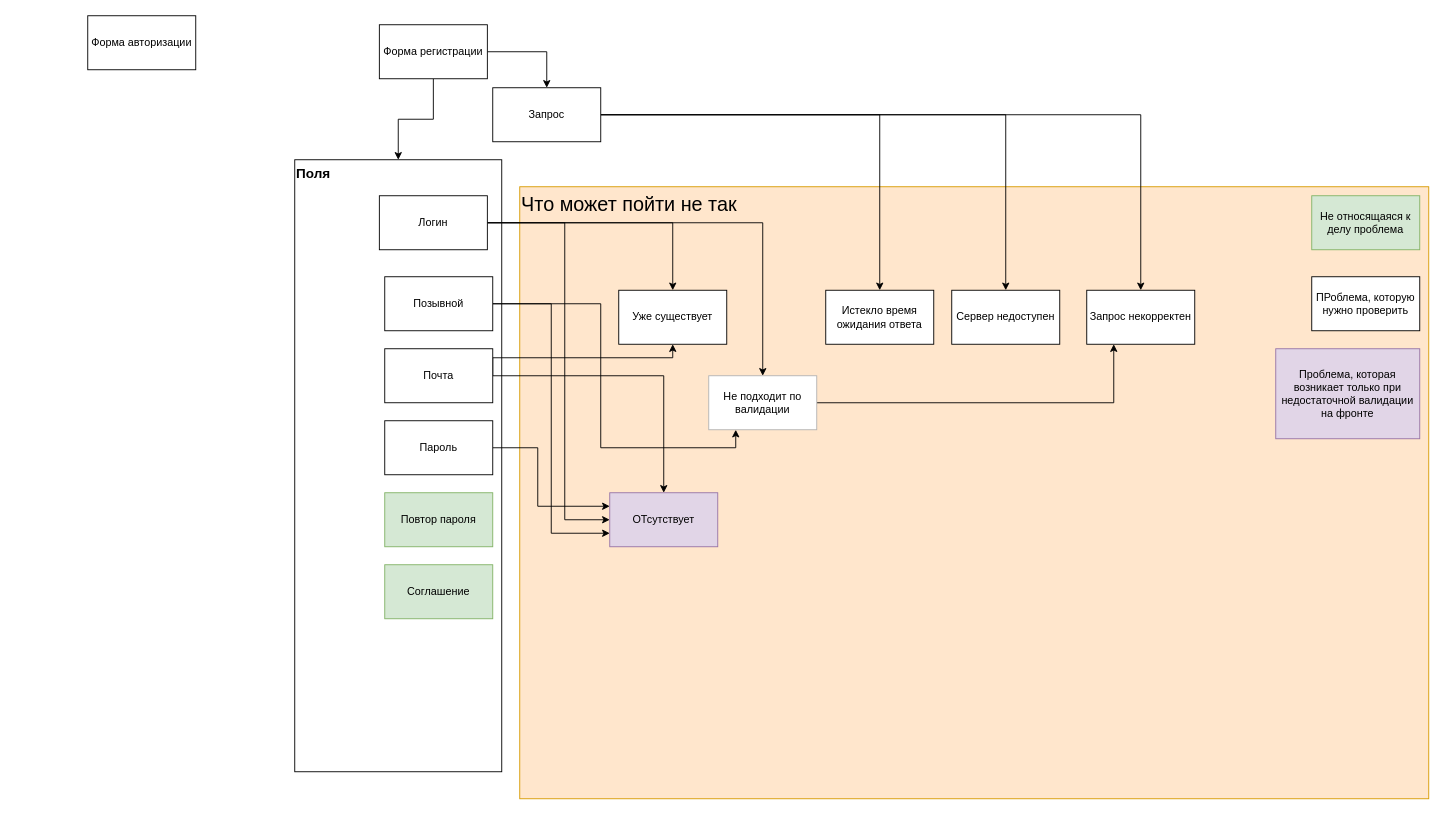
Above: Проверка панелей регистрации-авторизации.drawio in necoray/DrawIo (draw.io), before the change. Source tidied: cells renumbered, new cells numbered last; positions are measured from the earlier drawing's top-left corner, leaving out a move shared by most shapes. Both pictures are drawn from the tidied source at 90%, with x=0, y=0 at pixel (87, 15).
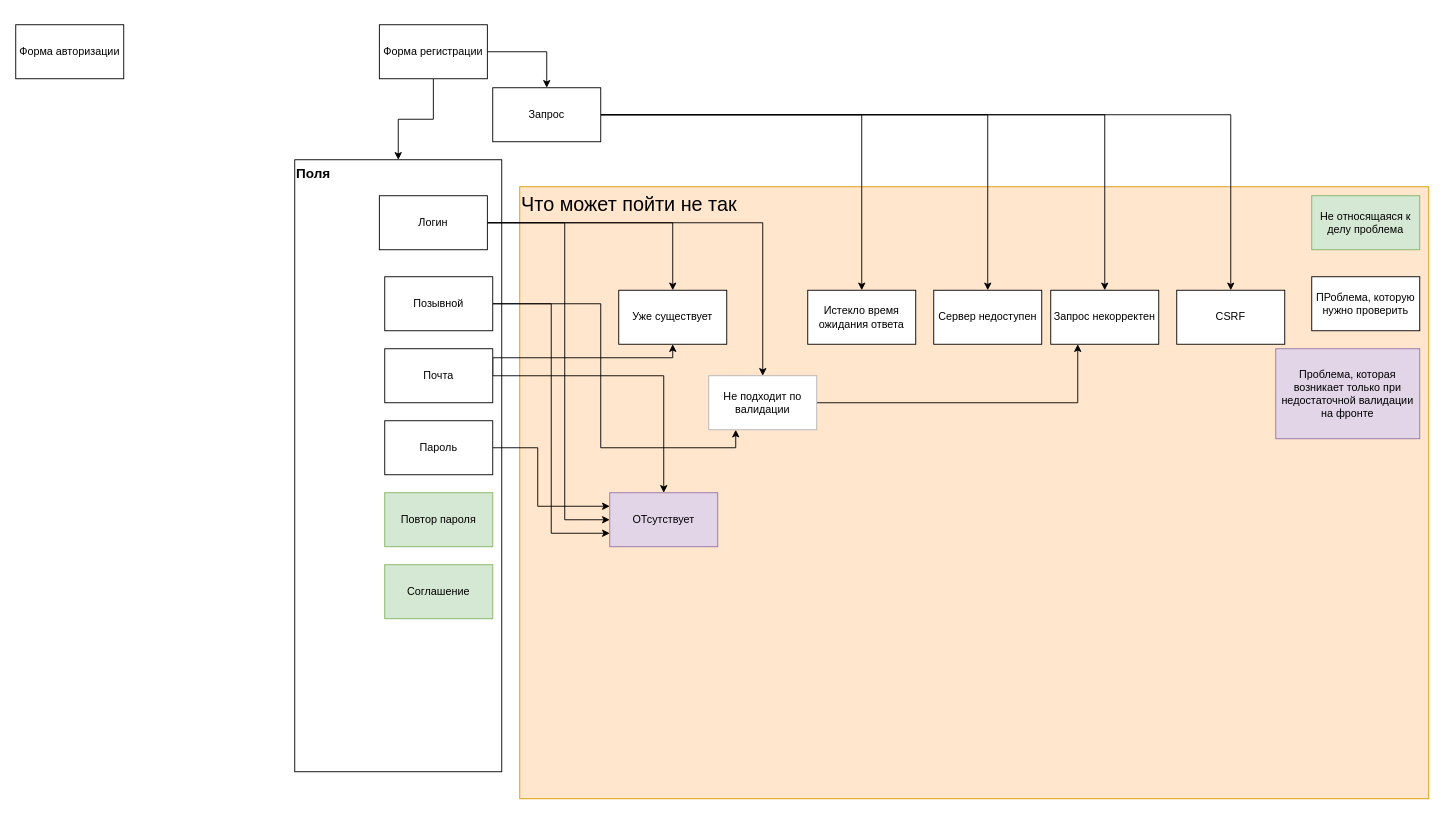
The same diagram, later.

The change refers to these unchanged cells:
```xml
<mxCell id="29" value="Запрос" style="whiteSpace=wrap;html=1;rounded=0;" parent="1" vertex="1">
  <mxGeometry x="450" y="80" width="120" height="60" as="geometry" />
</mxCell>
```

What changed in the source:
```diff
@@
     <mxCell id="4" value="Форма авторизации" style="rounded=0;whiteSpace=wrap;html=1;" parent="1" vertex="1">
-      <mxGeometry width="120" height="60" as="geometry" />
+      <mxGeometry x="-80" y="10" width="120" height="60" as="geometry" />
     </mxCell>
@@
+    <mxCell id="36" style="edgeStyle=orthogonalEdgeStyle;rounded=0;jettySize=auto;html=1;" parent="1" edge="1" source="29" target="37">
+      <mxGeometry relative="1" as="geometry" />
+    </mxCell>
@@
     <mxCell id="30" value="Истекло время ожидания ответа" style="whiteSpace=wrap;html=1;rounded=0;" parent="1" vertex="1">
-      <mxGeometry x="820" y="305" width="120" height="60" as="geometry" />
+      <mxGeometry x="800" y="305" width="120" height="60" as="geometry" />
     </mxCell>
     <mxCell id="31" value="Сервер недоступен" style="whiteSpace=wrap;html=1;rounded=0;" parent="1" vertex="1">
-      <mxGeometry x="960" y="305" width="120" height="60" as="geometry" />
+      <mxGeometry x="940" y="305" width="120" height="60" as="geometry" />
     </mxCell>
     <mxCell id="32" value="Запрос некорректен" style="whiteSpace=wrap;html=1;rounded=0;" parent="1" vertex="1">
-      <mxGeometry x="1110" y="305" width="120" height="60" as="geometry" />
+      <mxGeometry x="1070" y="305" width="120" height="60" as="geometry" />
     </mxCell>
@@
+    <mxCell id="37" value="CSRF" style="whiteSpace=wrap;html=1;rounded=0;" parent="1" vertex="1">
+      <mxGeometry x="1210" y="305" width="120" height="60" as="geometry" />
+    </mxCell>
```
